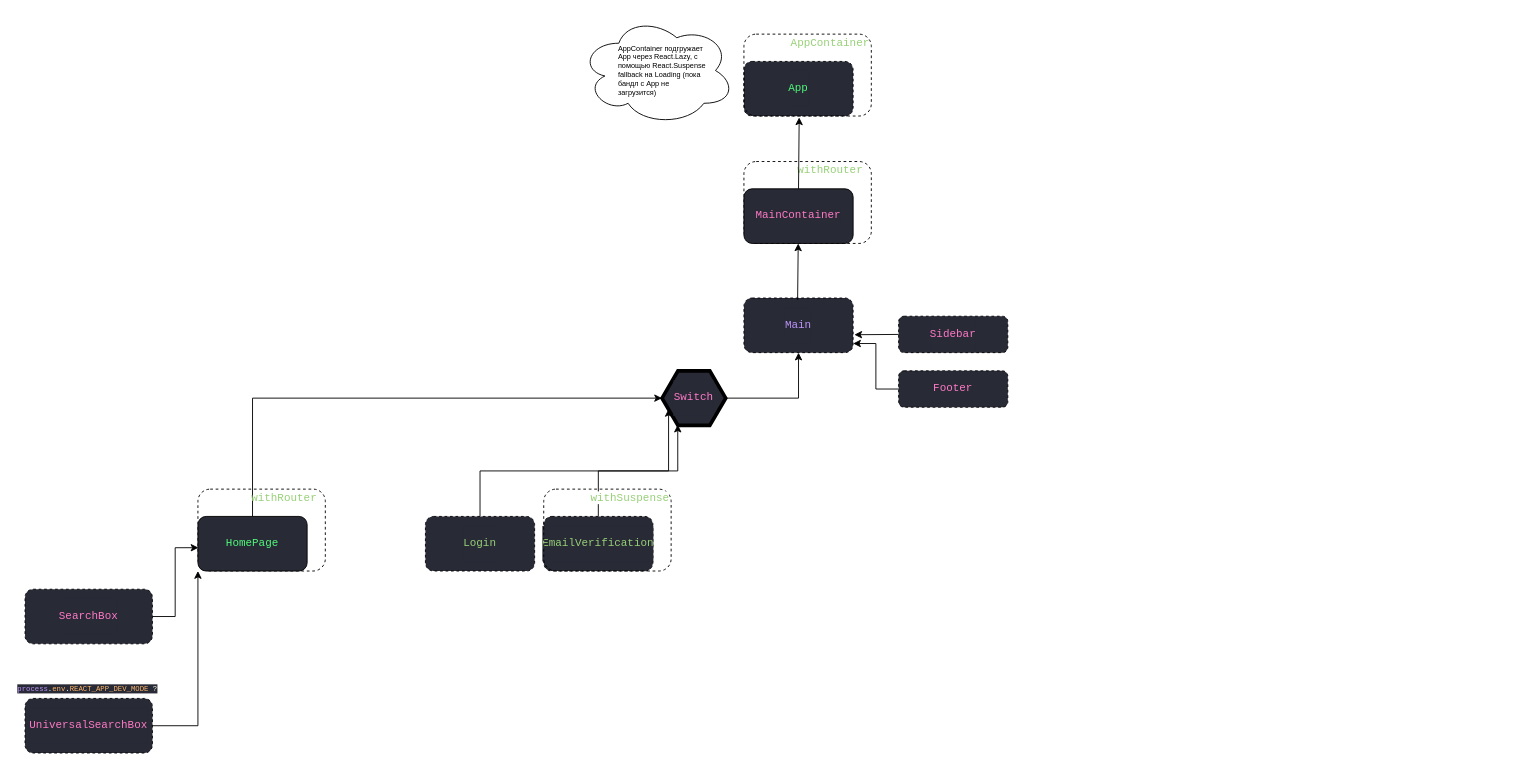
Before: diagrams/verity.drawio in TimSeryakov/draw.io-diagrams, a draw.io diagram. Source tidied: cells renumbered, new cells numbered last; positions are measured from the earlier drawing's top-left corner, leaving out a move shared by most shapes. Both pictures are drawn from the tidied source at 91%, with x=0, y=0 at pixel (15, 15).
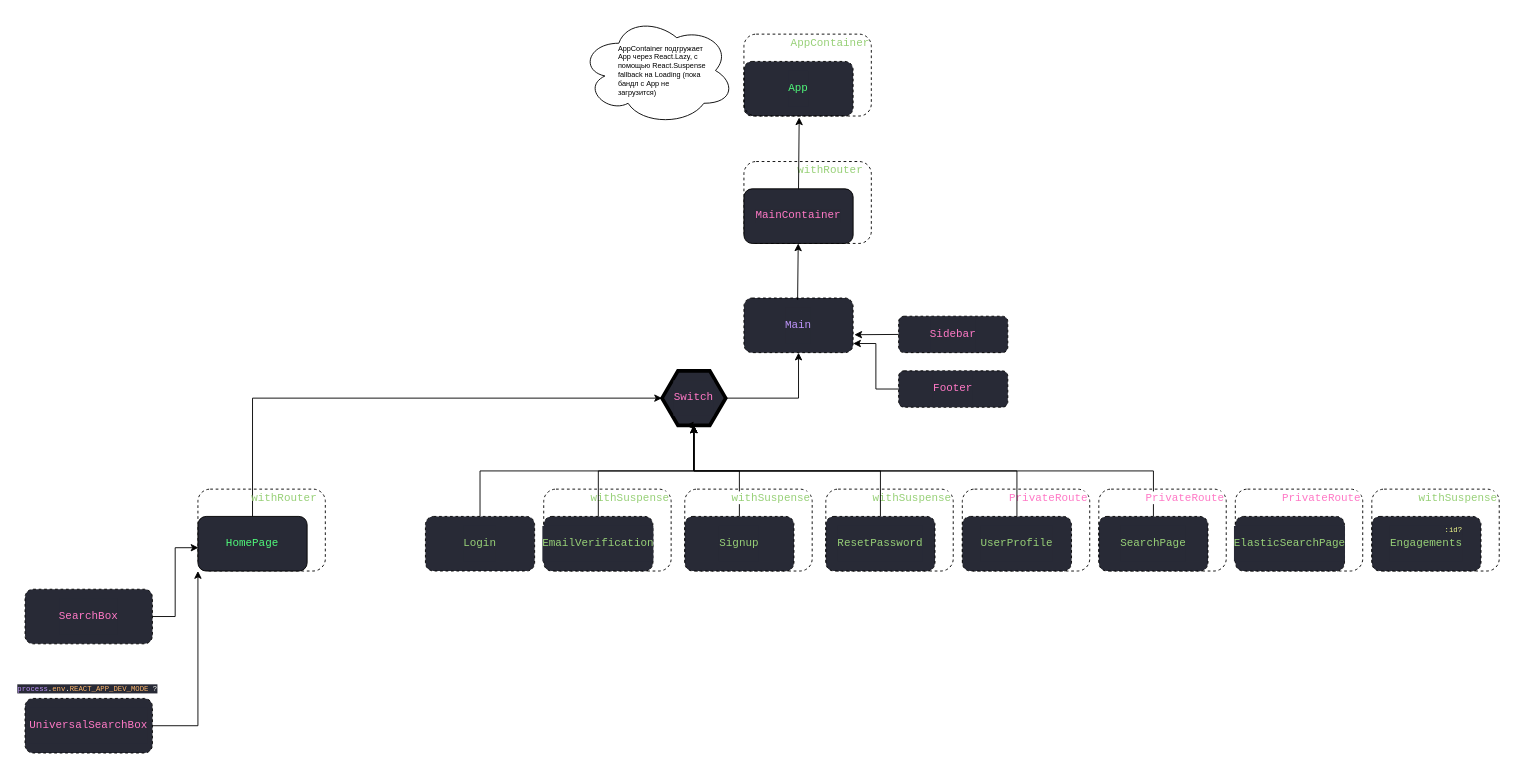
Above is the later version.

Unchanged cells that the change refers to:
```xml
<mxCell id="12" value="&lt;pre style=&quot;color: rgb(248 , 248 , 242) ; font-family: &amp;#34;jetbrains mono&amp;#34; , monospace&quot;&gt;&lt;span style=&quot;color: #ff79c6&quot;&gt;Switch&lt;/span&gt;&lt;/pre&gt;" style="shape=hexagon;html=1;whiteSpace=wrap;perimeter=hexagonPerimeter;strokeWidth=4;rounded=0;labelBackgroundColor=#282A36;fillColor=#282A36;fontColor=#97D077;" parent="1" vertex="1">
  <mxGeometry x="710" y="390" width="70" height="60" as="geometry" />
</mxCell>
<mxCell id="22" value="&lt;pre style=&quot;font-family: &amp;#34;jetbrains mono&amp;#34; , monospace&quot;&gt;&lt;pre style=&quot;font-family: &amp;#34;jetbrains mono&amp;#34; , monospace&quot;&gt;Login&lt;/pre&gt;&lt;/pre&gt;" style="rounded=1;whiteSpace=wrap;html=1;dashed=1;labelBackgroundColor=#282A36;fillColor=#282A36;fontColor=#97D077;" parent="1" vertex="1">
  <mxGeometry x="450" y="550" width="120" height="60" as="geometry" />
</mxCell>
```

What changed in the source:
```diff
@@
-    <mxCell id="21" style="edgeStyle=orthogonalEdgeStyle;rounded=0;jettySize=auto;html=1;exitX=0.5;exitY=0;exitDx=0;exitDy=0;entryX=0;entryY=0.75;entryDx=0;entryDy=0;fontSize=8;fontColor=#000000;" parent="1" edge="1" source="22" target="12">
+    <mxCell id="21" style="edgeStyle=orthogonalEdgeStyle;rounded=0;jettySize=auto;html=1;exitX=0.5;exitY=0;exitDx=0;exitDy=0;entryX=0.5;entryY=1;entryDx=0;entryDy=0;fontSize=8;fontColor=#000000;" parent="1" edge="1" source="22" target="12">
       <mxGeometry relative="1" as="geometry" />
     </mxCell>
@@
-    <mxCell id="28" style="edgeStyle=orthogonalEdgeStyle;rounded=0;jettySize=auto;html=1;exitX=0.5;exitY=0;exitDx=0;exitDy=0;entryX=0.247;entryY=0.986;entryDx=0;entryDy=0;entryPerimeter=0;fontSize=8;fontColor=#000000;" parent="1" edge="1" source="29" target="12">
-      <mxGeometry relative="1" as="geometry" />
-    </mxCell>
-    <mxCell id="29" value="&lt;pre style=&quot;font-family: &amp;#34;jetbrains mono&amp;#34; , monospace&quot;&gt;&lt;pre style=&quot;font-family: &amp;#34;jetbrains mono&amp;#34; , monospace&quot;&gt;&lt;pre style=&quot;font-family: &amp;#34;jetbrains mono&amp;#34; , monospace&quot;&gt;EmailVerification&lt;/pre&gt;&lt;/pre&gt;&lt;/pre&gt;" style="rounded=1;whiteSpace=wrap;html=1;dashed=1;labelBackgroundColor=#282A36;fillColor=#282A36;fontColor=#97D077;" parent="1" vertex="1">
-      <mxGeometry x="580" y="550" width="120" height="60" as="geometry" />
-    </mxCell>
-    <mxCell id="30" style="rounded=1;whiteSpace=wrap;html=1;fillColor=none;dashed=1;" parent="1" vertex="1">
-      <mxGeometry x="580" y="520" width="140" height="90" as="geometry" />
-    </mxCell>
-    <mxCell id="31" value="&lt;pre style=&quot;font-family: &amp;#34;jetbrains mono&amp;#34; , monospace&quot;&gt;&lt;pre style=&quot;font-family: &amp;#34;jetbrains mono&amp;#34; , monospace&quot;&gt;&lt;span style=&quot;background-color: rgb(255 , 255 , 255)&quot;&gt;withSuspense&lt;/span&gt;&lt;/pre&gt;&lt;/pre&gt;" style="text;html=1;align=center;verticalAlign=middle;whiteSpace=wrap;rounded=0;dashed=1;padding:10px;labelBackgroundColor=none;fontColor=#97D077;" parent="1" vertex="1">
-      <mxGeometry x="640" y="520" width="70" height="20" as="geometry" />
-    </mxCell>
@@
+    <mxCell id="36" style="group;" parent="1" vertex="1">
+      <mxGeometry x="580" y="520" width="140" height="90" as="geometry" />
+    </mxCell>
+    <mxCell id="30" style="rounded=1;whiteSpace=wrap;html=1;fillColor=none;dashed=1;" parent="36" vertex="1">
+      <mxGeometry width="140" height="90" as="geometry" />
+    </mxCell>
+    <mxCell id="29" value="&lt;pre style=&quot;font-family: &amp;#34;jetbrains mono&amp;#34; , monospace&quot;&gt;&lt;pre style=&quot;font-family: &amp;#34;jetbrains mono&amp;#34; , monospace&quot;&gt;&lt;pre style=&quot;font-family: &amp;#34;jetbrains mono&amp;#34; , monospace&quot;&gt;EmailVerification&lt;/pre&gt;&lt;/pre&gt;&lt;/pre&gt;" style="rounded=1;whiteSpace=wrap;html=1;dashed=1;labelBackgroundColor=#282A36;fillColor=#282A36;fontColor=#97D077;" parent="36" vertex="1">
+      <mxGeometry y="30" width="120" height="60" as="geometry" />
+    </mxCell>
+    <mxCell id="31" value="&lt;pre style=&quot;font-family: &amp;#34;jetbrains mono&amp;#34; , monospace&quot;&gt;&lt;pre style=&quot;font-family: &amp;#34;jetbrains mono&amp;#34; , monospace&quot;&gt;&lt;span style=&quot;background-color: rgb(255 , 255 , 255)&quot;&gt;withSuspense&lt;/span&gt;&lt;/pre&gt;&lt;/pre&gt;" style="text;html=1;align=center;verticalAlign=middle;whiteSpace=wrap;rounded=0;dashed=1;padding:10px;labelBackgroundColor=none;fontColor=#97D077;" parent="36" vertex="1">
+      <mxGeometry x="60" width="70" height="20" as="geometry" />
+    </mxCell>
+    <mxCell id="37" style="edgeStyle=orthogonalEdgeStyle;rounded=0;jettySize=auto;html=1;exitX=0.5;exitY=0;exitDx=0;exitDy=0;entryX=0.375;entryY=1;entryDx=0;entryDy=0;fontSize=8;fontColor=#000000;" parent="1" edge="1" source="40" target="12">
+      <mxGeometry relative="1" as="geometry">
+        <Array as="points">
+          <mxPoint x="795" y="500" />
+          <mxPoint x="745" y="500" />
+          <mxPoint x="745" y="450" />
+        </Array>
+      </mxGeometry>
+    </mxCell>
+    <mxCell id="38" style="group;" parent="1" vertex="1">
+      <mxGeometry x="735" y="520" width="140" height="90" as="geometry" />
+    </mxCell>
+    <mxCell id="39" style="rounded=1;whiteSpace=wrap;html=1;fillColor=none;dashed=1;" parent="38" vertex="1">
+      <mxGeometry width="140" height="90" as="geometry" />
+    </mxCell>
+    <mxCell id="40" value="&lt;pre style=&quot;font-family: &amp;#34;jetbrains mono&amp;#34; , monospace&quot;&gt;&lt;pre style=&quot;font-family: &amp;#34;jetbrains mono&amp;#34; , monospace&quot;&gt;&lt;pre style=&quot;font-family: &amp;#34;jetbrains mono&amp;#34; , monospace&quot;&gt;&lt;pre style=&quot;font-family: &amp;#34;jetbrains mono&amp;#34; , monospace&quot;&gt;Signup&lt;/pre&gt;&lt;/pre&gt;&lt;/pre&gt;&lt;/pre&gt;" style="rounded=1;whiteSpace=wrap;html=1;dashed=1;labelBackgroundColor=#282A36;fillColor=#282A36;fontColor=#97D077;" parent="38" vertex="1">
+      <mxGeometry y="30" width="120" height="60" as="geometry" />
+    </mxCell>
+    <mxCell id="41" value="&lt;pre style=&quot;font-family: &amp;#34;jetbrains mono&amp;#34; , monospace&quot;&gt;&lt;pre style=&quot;font-family: &amp;#34;jetbrains mono&amp;#34; , monospace&quot;&gt;&lt;span style=&quot;background-color: rgb(255 , 255 , 255)&quot;&gt;withSuspense&lt;/span&gt;&lt;/pre&gt;&lt;/pre&gt;" style="text;html=1;align=center;verticalAlign=middle;whiteSpace=wrap;rounded=0;dashed=1;padding:10px;labelBackgroundColor=none;fontColor=#97D077;" parent="38" vertex="1">
+      <mxGeometry x="60" width="70" height="20" as="geometry" />
+    </mxCell>
+    <mxCell id="42" style="edgeStyle=orthogonalEdgeStyle;rounded=0;jettySize=auto;html=1;exitX=0.5;exitY=0;exitDx=0;exitDy=0;fontSize=8;fontColor=#000000;" parent="1" edge="1" source="49" target="12">
+      <mxGeometry relative="1" as="geometry" />
+    </mxCell>
+    <mxCell id="43" style="group;" parent="1" vertex="1">
+      <mxGeometry x="1340" y="520" width="140" height="90" as="geometry" />
+    </mxCell>
+    <mxCell id="44" style="rounded=1;whiteSpace=wrap;html=1;fillColor=none;dashed=1;" parent="43" vertex="1">
+      <mxGeometry width="140" height="90" as="geometry" />
+    </mxCell>
+    <mxCell id="45" value="&lt;pre style=&quot;font-family: &amp;#34;jetbrains mono&amp;#34; , monospace&quot;&gt;&lt;pre style=&quot;font-family: &amp;#34;jetbrains mono&amp;#34; , monospace&quot;&gt;&lt;pre style=&quot;font-family: &amp;#34;jetbrains mono&amp;#34; , monospace&quot;&gt;&lt;pre style=&quot;font-family: &amp;#34;jetbrains mono&amp;#34; , monospace&quot;&gt;&lt;pre style=&quot;font-family: &amp;#34;jetbrains mono&amp;#34; , monospace&quot;&gt;&lt;pre style=&quot;font-family: &amp;#34;jetbrains mono&amp;#34; , monospace&quot;&gt;&lt;pre style=&quot;font-family: &amp;#34;jetbrains mono&amp;#34; , monospace&quot;&gt;&lt;pre style=&quot;font-family: &amp;#34;jetbrains mono&amp;#34; , monospace&quot;&gt;ElasticSearchPage&lt;/pre&gt;&lt;/pre&gt;&lt;/pre&gt;&lt;/pre&gt;&lt;/pre&gt;&lt;/pre&gt;&lt;/pre&gt;&lt;/pre&gt;" style="rounded=1;whiteSpace=wrap;html=1;dashed=1;labelBackgroundColor=#282A36;fillColor=#282A36;fontColor=#97D077;" parent="43" vertex="1">
+      <mxGeometry y="30" width="120" height="60" as="geometry" />
+    </mxCell>
+    <mxCell id="46" value="&lt;pre style=&quot;font-family: &amp;#34;jetbrains mono&amp;#34; , monospace&quot;&gt;&lt;pre style=&quot;font-family: &amp;#34;jetbrains mono&amp;#34; , monospace&quot;&gt;&lt;pre style=&quot;color: rgb(248 , 248 , 242) ; font-family: &amp;#34;jetbrains mono&amp;#34; , monospace&quot;&gt;&lt;span style=&quot;color: rgb(255 , 121 , 198) ; background-color: rgb(255 , 255 , 255)&quot;&gt;PrivateRoute&lt;/span&gt;&lt;/pre&gt;&lt;/pre&gt;&lt;/pre&gt;" style="text;html=1;align=center;verticalAlign=middle;whiteSpace=wrap;rounded=0;dashed=1;padding:10px;labelBackgroundColor=none;fontColor=#97D077;" parent="43" vertex="1">
+      <mxGeometry x="60" width="70" height="20" as="geometry" />
+    </mxCell>
+    <mxCell id="47" style="group;" parent="1" vertex="1">
+      <mxGeometry x="1190" y="520" width="140" height="90" as="geometry" />
+    </mxCell>
+    <mxCell id="48" style="rounded=1;whiteSpace=wrap;html=1;fillColor=none;dashed=1;" parent="47" vertex="1">
+      <mxGeometry width="140" height="90" as="geometry" />
+    </mxCell>
+    <mxCell id="49" value="&lt;pre style=&quot;font-family: &amp;#34;jetbrains mono&amp;#34; , monospace&quot;&gt;&lt;pre style=&quot;font-family: &amp;#34;jetbrains mono&amp;#34; , monospace&quot;&gt;&lt;pre style=&quot;font-family: &amp;#34;jetbrains mono&amp;#34; , monospace&quot;&gt;&lt;pre style=&quot;font-family: &amp;#34;jetbrains mono&amp;#34; , monospace&quot;&gt;&lt;pre style=&quot;font-family: &amp;#34;jetbrains mono&amp;#34; , monospace&quot;&gt;&lt;pre style=&quot;font-family: &amp;#34;jetbrains mono&amp;#34; , monospace&quot;&gt;&lt;pre style=&quot;font-family: &amp;#34;jetbrains mono&amp;#34; , monospace&quot;&gt;SearchPage&lt;/pre&gt;&lt;/pre&gt;&lt;/pre&gt;&lt;/pre&gt;&lt;/pre&gt;&lt;/pre&gt;&lt;/pre&gt;" style="rounded=1;whiteSpace=wrap;html=1;dashed=1;labelBackgroundColor=#282A36;fillColor=#282A36;fontColor=#97D077;" parent="47" vertex="1">
+      <mxGeometry y="30" width="120" height="60" as="geometry" />
+    </mxCell>
+    <mxCell id="50" value="&lt;pre style=&quot;font-family: &amp;#34;jetbrains mono&amp;#34; , monospace&quot;&gt;&lt;pre style=&quot;font-family: &amp;#34;jetbrains mono&amp;#34; , monospace&quot;&gt;&lt;pre style=&quot;color: rgb(248 , 248 , 242) ; font-family: &amp;#34;jetbrains mono&amp;#34; , monospace&quot;&gt;&lt;span style=&quot;color: rgb(255 , 121 , 198) ; background-color: rgb(255 , 255 , 255)&quot;&gt;PrivateRoute&lt;/span&gt;&lt;/pre&gt;&lt;/pre&gt;&lt;/pre&gt;" style="text;html=1;align=center;verticalAlign=middle;whiteSpace=wrap;rounded=0;dashed=1;padding:10px;labelBackgroundColor=none;fontColor=#97D077;" parent="47" vertex="1">
+      <mxGeometry x="60" width="70" height="20" as="geometry" />
+    </mxCell>
+    <mxCell id="51" style="group;" parent="1" vertex="1">
+      <mxGeometry x="1040" y="520" width="140" height="90" as="geometry" />
+    </mxCell>
+    <mxCell id="52" style="rounded=1;whiteSpace=wrap;html=1;fillColor=none;dashed=1;" parent="51" vertex="1">
+      <mxGeometry width="140" height="90" as="geometry" />
+    </mxCell>
+    <mxCell id="53" value="&lt;pre style=&quot;font-family: &amp;#34;jetbrains mono&amp;#34; , monospace&quot;&gt;&lt;pre style=&quot;font-family: &amp;#34;jetbrains mono&amp;#34; , monospace&quot;&gt;&lt;pre style=&quot;font-family: &amp;#34;jetbrains mono&amp;#34; , monospace&quot;&gt;&lt;pre style=&quot;font-family: &amp;#34;jetbrains mono&amp;#34; , monospace&quot;&gt;&lt;pre style=&quot;font-family: &amp;#34;jetbrains mono&amp;#34; , monospace&quot;&gt;&lt;pre style=&quot;font-family: &amp;#34;jetbrains mono&amp;#34; , monospace&quot;&gt;UserProfile&lt;/pre&gt;&lt;/pre&gt;&lt;/pre&gt;&lt;/pre&gt;&lt;/pre&gt;&lt;/pre&gt;" style="rounded=1;whiteSpace=wrap;html=1;dashed=1;labelBackgroundColor=#282A36;fillColor=#282A36;fontColor=#97D077;" parent="51" vertex="1">
+      <mxGeometry y="30" width="120" height="60" as="geometry" />
+    </mxCell>
+    <mxCell id="54" value="&lt;pre style=&quot;font-family: &amp;#34;jetbrains mono&amp;#34; , monospace&quot;&gt;&lt;pre style=&quot;font-family: &amp;#34;jetbrains mono&amp;#34; , monospace&quot;&gt;&lt;pre style=&quot;color: rgb(248 , 248 , 242) ; font-family: &amp;#34;jetbrains mono&amp;#34; , monospace&quot;&gt;&lt;span style=&quot;color: rgb(255 , 121 , 198) ; background-color: rgb(255 , 255 , 255)&quot;&gt;PrivateRoute&lt;/span&gt;&lt;/pre&gt;&lt;/pre&gt;&lt;/pre&gt;" style="text;html=1;align=center;verticalAlign=middle;whiteSpace=wrap;rounded=0;dashed=1;padding:10px;labelBackgroundColor=none;fontColor=#97D077;" parent="51" vertex="1">
+      <mxGeometry x="60" width="70" height="20" as="geometry" />
+    </mxCell>
+    <mxCell id="55" style="group;" parent="1" vertex="1">
+      <mxGeometry x="890" y="520" width="140" height="90" as="geometry" />
+    </mxCell>
+    <mxCell id="56" style="rounded=1;whiteSpace=wrap;html=1;fillColor=none;dashed=1;" parent="55" vertex="1">
+      <mxGeometry width="140" height="90" as="geometry" />
+    </mxCell>
+    <mxCell id="57" value="&lt;pre style=&quot;font-family: &amp;#34;jetbrains mono&amp;#34; , monospace&quot;&gt;&lt;pre style=&quot;font-family: &amp;#34;jetbrains mono&amp;#34; , monospace&quot;&gt;&lt;pre style=&quot;font-family: &amp;#34;jetbrains mono&amp;#34; , monospace&quot;&gt;&lt;pre style=&quot;font-family: &amp;#34;jetbrains mono&amp;#34; , monospace&quot;&gt;&lt;pre style=&quot;font-family: &amp;#34;jetbrains mono&amp;#34; , monospace&quot;&gt;ResetPassword&lt;/pre&gt;&lt;/pre&gt;&lt;/pre&gt;&lt;/pre&gt;&lt;/pre&gt;" style="rounded=1;whiteSpace=wrap;html=1;dashed=1;labelBackgroundColor=#282A36;fillColor=#282A36;fontColor=#97D077;" parent="55" vertex="1">
+      <mxGeometry y="30" width="120" height="60" as="geometry" />
+    </mxCell>
+    <mxCell id="58" value="&lt;pre style=&quot;font-family: &amp;#34;jetbrains mono&amp;#34; , monospace&quot;&gt;&lt;pre style=&quot;font-family: &amp;#34;jetbrains mono&amp;#34; , monospace&quot;&gt;&lt;span style=&quot;background-color: rgb(255 , 255 , 255)&quot;&gt;withSuspense&lt;/span&gt;&lt;/pre&gt;&lt;/pre&gt;" style="text;html=1;align=center;verticalAlign=middle;whiteSpace=wrap;rounded=0;dashed=1;padding:10px;labelBackgroundColor=none;fontColor=#97D077;" parent="55" vertex="1">
+      <mxGeometry x="60" width="70" height="20" as="geometry" />
+    </mxCell>
+    <mxCell id="59" style="group;" parent="1" vertex="1">
+      <mxGeometry x="1490" y="520" width="140" height="90" as="geometry" />
+    </mxCell>
+    <mxCell id="60" style="rounded=1;whiteSpace=wrap;html=1;fillColor=none;dashed=1;" parent="59" vertex="1">
+      <mxGeometry width="140" height="90" as="geometry" />
+    </mxCell>
+    <mxCell id="61" value="&lt;pre style=&quot;font-family: &amp;#34;jetbrains mono&amp;#34; , monospace&quot;&gt;&lt;pre style=&quot;font-family: &amp;#34;jetbrains mono&amp;#34; , monospace&quot;&gt;&lt;pre style=&quot;font-family: &amp;#34;jetbrains mono&amp;#34; , monospace&quot;&gt;&lt;pre style=&quot;font-family: &amp;#34;jetbrains mono&amp;#34; , monospace&quot;&gt;&lt;pre style=&quot;font-family: &amp;#34;jetbrains mono&amp;#34; , monospace&quot;&gt;&lt;pre style=&quot;font-family: &amp;#34;jetbrains mono&amp;#34; , monospace&quot;&gt;Engagements&lt;/pre&gt;&lt;/pre&gt;&lt;/pre&gt;&lt;/pre&gt;&lt;/pre&gt;&lt;/pre&gt;" style="rounded=1;whiteSpace=wrap;html=1;dashed=1;labelBackgroundColor=#282A36;fillColor=#282A36;fontColor=#97D077;" parent="59" vertex="1">
+      <mxGeometry y="30" width="120" height="60" as="geometry" />
+    </mxCell>
+    <mxCell id="62" value="&lt;pre style=&quot;font-family: &amp;#34;jetbrains mono&amp;#34; , monospace&quot;&gt;&lt;pre style=&quot;font-family: &amp;#34;jetbrains mono&amp;#34; , monospace&quot;&gt;&lt;span style=&quot;background-color: rgb(255 , 255 , 255)&quot;&gt;withSuspense&lt;/span&gt;&lt;/pre&gt;&lt;/pre&gt;" style="text;html=1;align=center;verticalAlign=middle;whiteSpace=wrap;rounded=0;dashed=1;padding:10px;labelBackgroundColor=none;fontColor=#97D077;" parent="59" vertex="1">
+      <mxGeometry x="60" width="70" height="20" as="geometry" />
+    </mxCell>
+    <mxCell id="63" value="&lt;pre style=&quot;background-color: #282a36 ; color: #f8f8f2 ; font-family: &amp;#34;jetbrains mono&amp;#34; , monospace ; font-size: 12 0pt&quot;&gt;&lt;span style=&quot;color: #f1fa8c&quot;&gt;:id?&lt;/span&gt;&lt;/pre&gt;" style="text;html=1;strokeColor=none;fillColor=none;align=center;verticalAlign=middle;whiteSpace=wrap;rounded=0;labelBackgroundColor=none;fontSize=8;fontColor=#000000;" parent="59" vertex="1">
+      <mxGeometry x="70" y="35" width="40" height="20" as="geometry" />
+    </mxCell>
+    <mxCell id="28" style="edgeStyle=orthogonalEdgeStyle;rounded=0;jettySize=auto;html=1;exitX=0.5;exitY=0;exitDx=0;exitDy=0;entryX=0.5;entryY=1;entryDx=0;entryDy=0;fontSize=8;fontColor=#000000;" parent="1" edge="1" source="29" target="12">
+      <mxGeometry relative="1" as="geometry" />
+    </mxCell>
+    <mxCell id="64" style="edgeStyle=orthogonalEdgeStyle;rounded=0;jettySize=auto;html=1;exitX=0.5;exitY=0;exitDx=0;exitDy=0;entryX=0.5;entryY=1;entryDx=0;entryDy=0;fontSize=8;fontColor=#000000;" parent="1" edge="1" source="53" target="12">
+      <mxGeometry relative="1" as="geometry" />
+    </mxCell>
+    <mxCell id="65" style="edgeStyle=orthogonalEdgeStyle;rounded=0;jettySize=auto;html=1;exitX=0.5;exitY=0;exitDx=0;exitDy=0;entryX=0.5;entryY=1;entryDx=0;entryDy=0;fontSize=8;fontColor=#000000;" parent="1" edge="1" source="57" target="12">
+      <mxGeometry relative="1" as="geometry" />
+    </mxCell>
```
